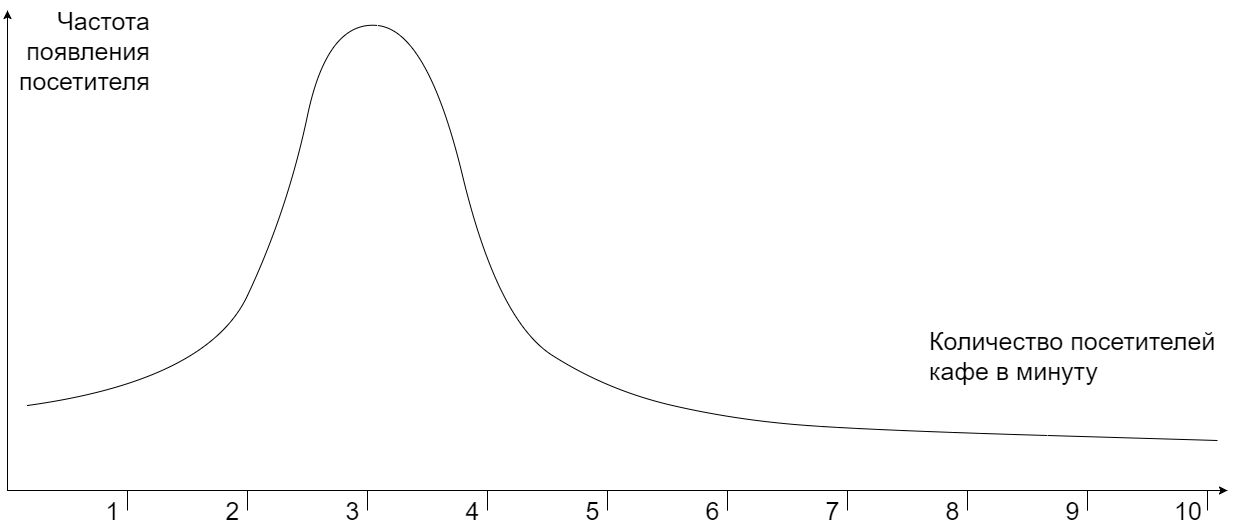
Before: images/1cafe2.png, a diagram exported from draw.io (datasciencefefu/course). Source tidied: cells renumbered, new cells last; positions are measured from the earlier drawing's top-left corner, leaving out a move shared by most shapes.
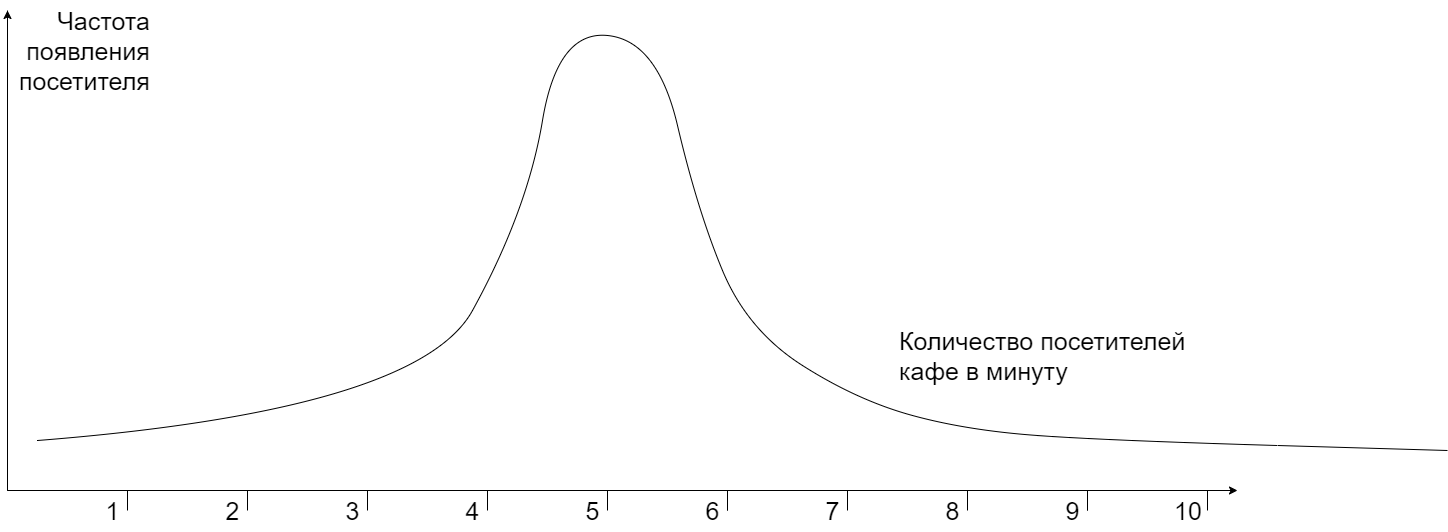
The same diagram one commit later.

Change to the diagram source:
```diff
@@ -3,7 +3,7 @@
     <mxCell id="0" />
     <mxCell id="1" parent="0" />
     <mxCell id="2" style="shape=partialRectangle;whiteSpace=wrap;html=1;bottom=0;right=0;fillColor=none;rotation=-180;flipV=0;flipH=1;" parent="1" vertex="1">
-      <mxGeometry y="10" width="1220" height="480" as="geometry" />
+      <mxGeometry y="10" width="1210" height="480" as="geometry" />
     </mxCell>
     <mxCell id="3" style="shape=partialRectangle;whiteSpace=wrap;html=1;top=0;bottom=0;fillColor=none;" parent="1" vertex="1">
       <mxGeometry x="120" y="490" width="120" height="20" as="geometry" />
@@ -19,18 +19,19 @@
     </mxCell>
     <mxCell id="7" style="curved=1;endArrow=none;html=1;endFill=0;" parent="1" edge="1">
       <mxGeometry relative="1" as="geometry">
-        <mxPoint x="20" y="405" as="sourcePoint" />
-        <mxPoint x="1210" y="440" as="targetPoint" />
+        <mxPoint x="30" y="440" as="sourcePoint" />
+        <mxPoint x="1440" y="450" as="targetPoint" />
         <Array as="points">
-          <mxPoint x="200" y="380" />
-          <mxPoint x="280" y="210" />
-          <mxPoint x="320" y="20" />
-          <mxPoint x="420" y="30" />
-          <mxPoint x="490" y="320" />
-          <mxPoint x="600" y="390" />
-          <mxPoint x="730" y="420" />
-          <mxPoint x="870" y="430" />
-          <mxPoint x="1210" y="440" />
+          <mxPoint x="410" y="410" />
+          <mxPoint x="520" y="210" />
+          <mxPoint x="550" y="30" />
+          <mxPoint x="650" y="40" />
+          <mxPoint x="690" y="210" />
+          <mxPoint x="740" y="330" />
+          <mxPoint x="850" y="400" />
+          <mxPoint x="960" y="430" />
+          <mxPoint x="1100" y="440" />
+          <mxPoint x="1440" y="450" />
         </Array>
       </mxGeometry>
     </mxCell>
@@ -56,7 +57,7 @@
       <mxGeometry x="810" y="490" width="30" height="40" as="geometry" />
     </mxCell>
     <mxCell id="15" value="&lt;div&gt;&lt;span&gt;Количество посетителей&lt;/span&gt;&lt;/div&gt;&lt;div&gt;&lt;span&gt;кафе в минуту&lt;/span&gt;&lt;/div&gt;" style="text;html=1;align=left;verticalAlign=middle;fontSize=25;" parent="1" vertex="1">
-      <mxGeometry x="920" y="320" width="300" height="70" as="geometry" />
+      <mxGeometry x="890" y="320" width="300" height="70" as="geometry" />
     </mxCell>
     <mxCell id="16" value="&lt;div style=&quot;text-align: right&quot;&gt;&lt;span&gt;Частота&lt;/span&gt;&lt;/div&gt;&lt;div style=&quot;text-align: right&quot;&gt;&lt;span&gt;появления&lt;/span&gt;&lt;/div&gt;посетителя" style="text;html=1;align=left;verticalAlign=middle;fontSize=25;" parent="1" vertex="1">
       <mxGeometry x="10" width="150" height="100" as="geometry" />
@@ -76,11 +77,14 @@
     <mxCell id="21" value="10" style="text;html=1;align=left;verticalAlign=middle;fontSize=25;" parent="1" vertex="1">
       <mxGeometry x="1165" y="490" width="40" height="40" as="geometry" />
     </mxCell>
-    <mxCell id="22" style="endArrow=classic;html=1;entryX=1;entryY=1;entryDx=0;entryDy=0;exitX=1;exitY=0;exitDx=0;exitDy=0;" parent="1" edge="1" source="2" target="2">
-      <mxGeometry relative="1" as="geometry" />
-    </mxCell>
-    <mxCell id="23" style="endArrow=classic;html=1;entryX=0;entryY=0;entryDx=0;entryDy=0;exitX=1;exitY=0;exitDx=0;exitDy=0;" parent="1" edge="1" source="2" target="2">
-      <mxGeometry relative="1" as="geometry" />
-    </mxCell>
+    <mxCell id="24" style="endArrow=classic;html=1;exitX=1;exitY=0;exitDx=0;exitDy=0;entryX=1;entryY=1;entryDx=0;entryDy=0;" parent="1" edge="1" source="2" target="2">
+      <mxGeometry relative="1" as="geometry" />
+    </mxCell>
+    <mxCell id="25" style="endArrow=classic;html=1;" parent="1" edge="1">
+      <mxGeometry relative="1" as="geometry">
+        <mxPoint y="490" as="sourcePoint" />
+        <mxPoint x="1230" y="490" as="targetPoint" />
+      </mxGeometry>
+    </mxCell>
   </root>
 </mxGraphModel>
```
